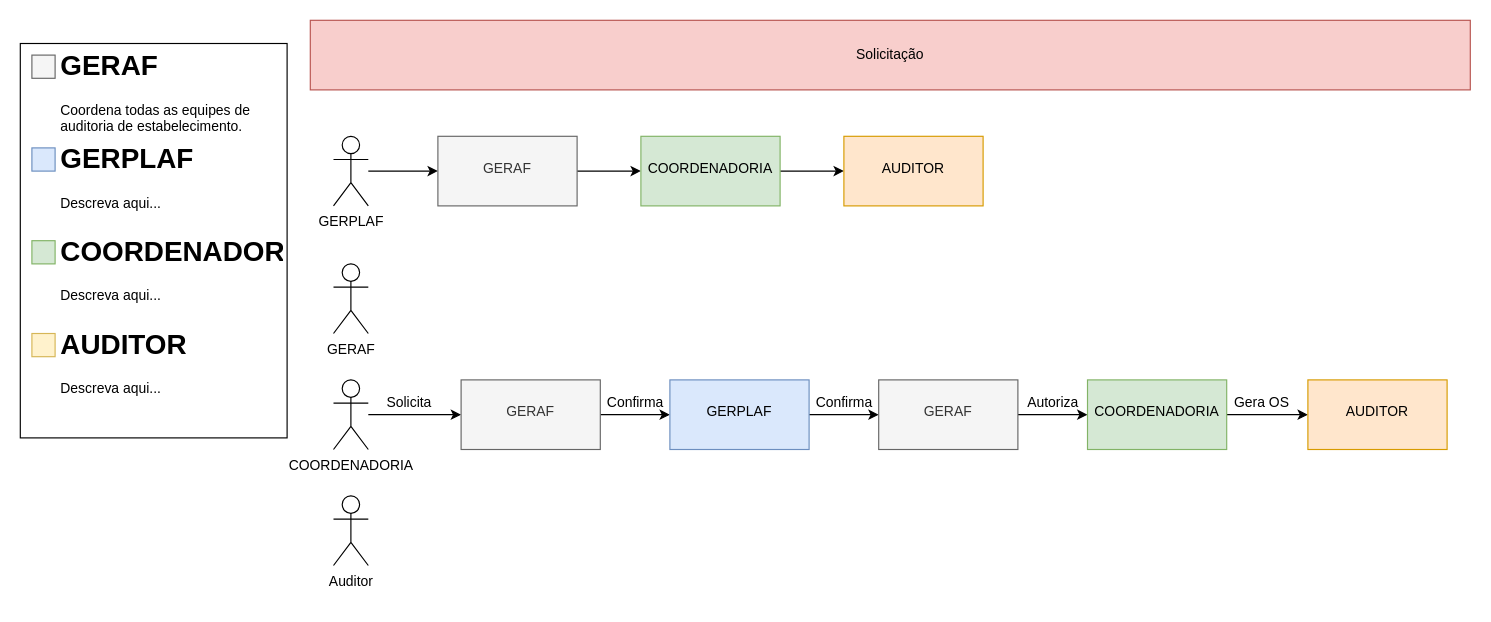
Above: page "mapeamento-solicitacao" (2 of 3) of mapeamento_os.drawio in alkxyly/drawio (draw.io), before the change. Source tidied: cells renumbered, new cells numbered last; positions are measured from the earlier drawing's top-left corner, leaving out a move shared by most shapes. Both pictures are drawn from the tidied source at 116%, with x=0, y=0 at pixel (20, 20).
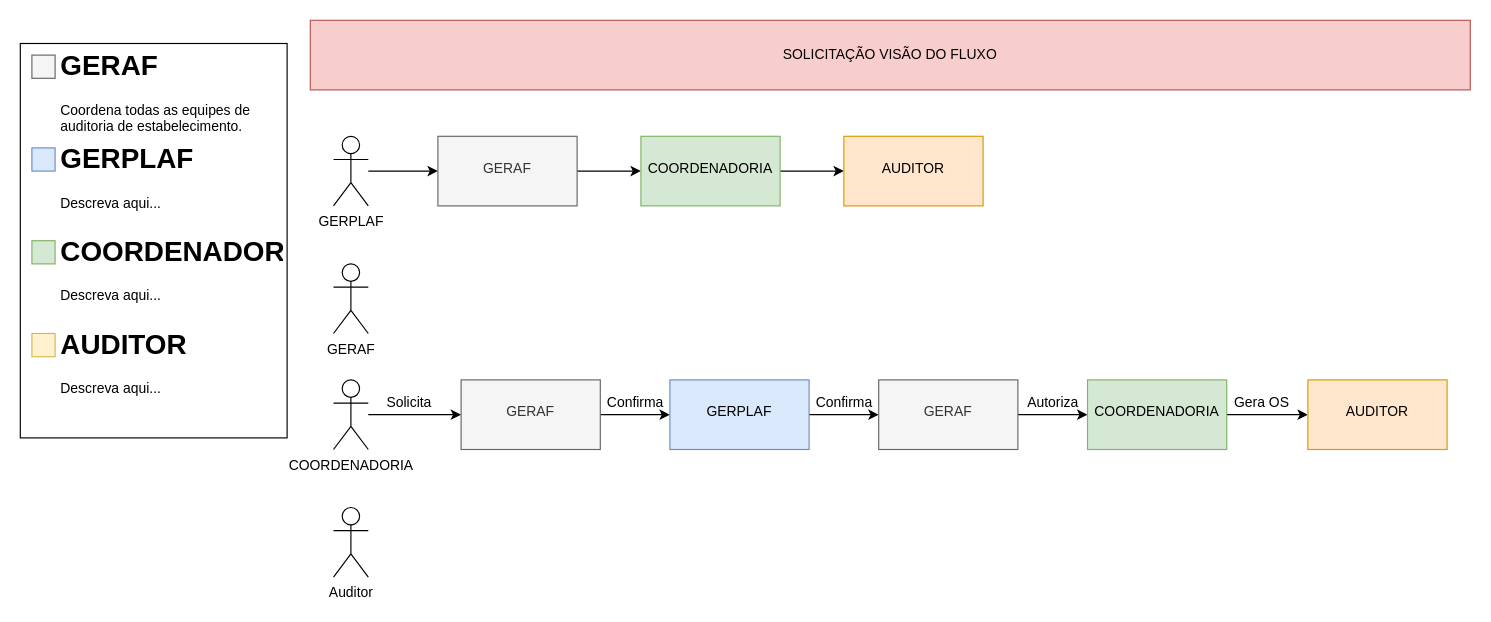
The same page after the edit.

Change to the diagram source:
```diff
@@
-    <mxCell id="2" value="Solicitação" style="rounded=0;whiteSpace=wrap;html=1;fillColor=#f8cecc;strokeColor=#b85450;" parent="1" vertex="1">
+    <mxCell id="2" value="SOLICITAÇÃO VISÃO DO FLUXO" style="rounded=0;whiteSpace=wrap;html=1;fillColor=#f8cecc;strokeColor=#b85450;" parent="1" vertex="1">
       <mxGeometry x="250" width="1000" height="60" as="geometry" />
     </mxCell>
@@
     <mxCell id="8" value="Auditor&lt;br&gt;" style="shape=umlActor;verticalLabelPosition=bottom;verticalAlign=top;html=1;" parent="1" vertex="1">
-      <mxGeometry x="270" y="410" width="30" height="60" as="geometry" />
+      <mxGeometry x="270" y="420" width="30" height="60" as="geometry" />
     </mxCell>
```
